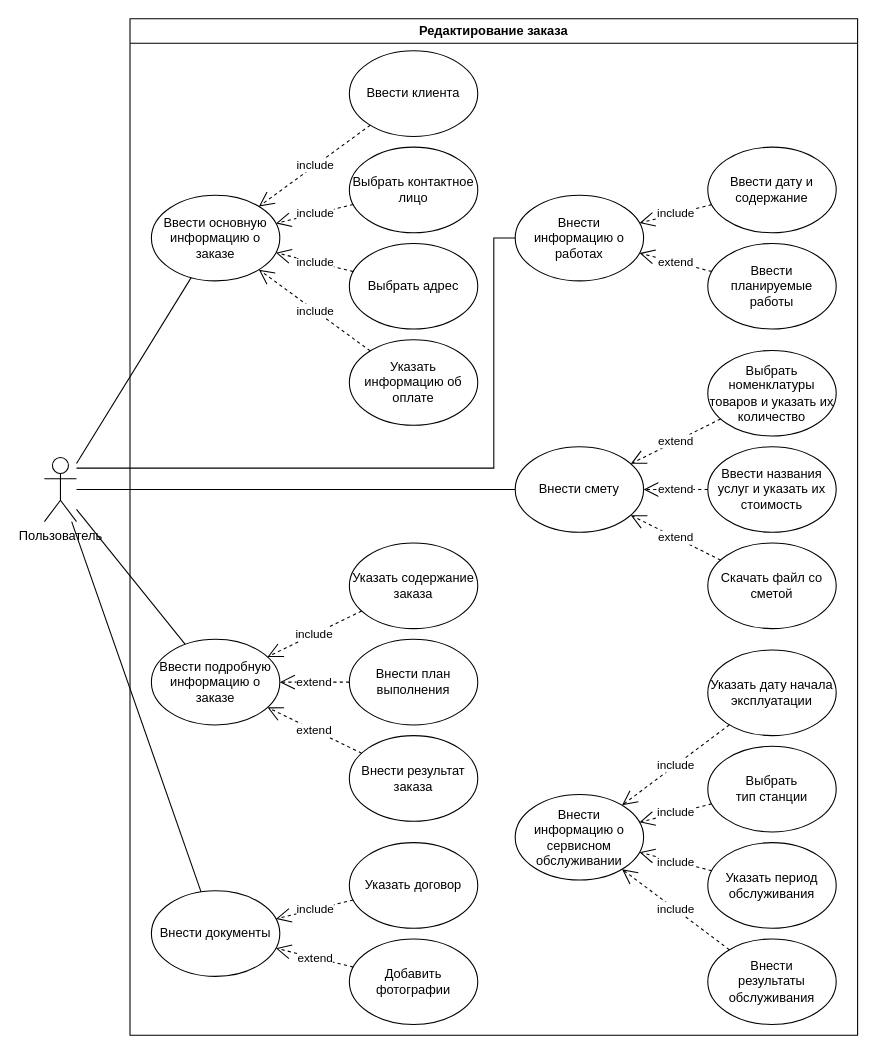
The draw.io diagram page "редактирование заказа" (9 of 9) of диплом/итоговый Жени/Untitled Diagram.drawio in ipaingo/study, before the edit. Source tidied: cells renumbered, new cells numbered last; positions are measured from the earlier drawing's top-left corner, leaving out a move shared by most shapes. Both pictures are drawn from the tidied source at 107%, with x=0, y=0 at pixel (44, 18).
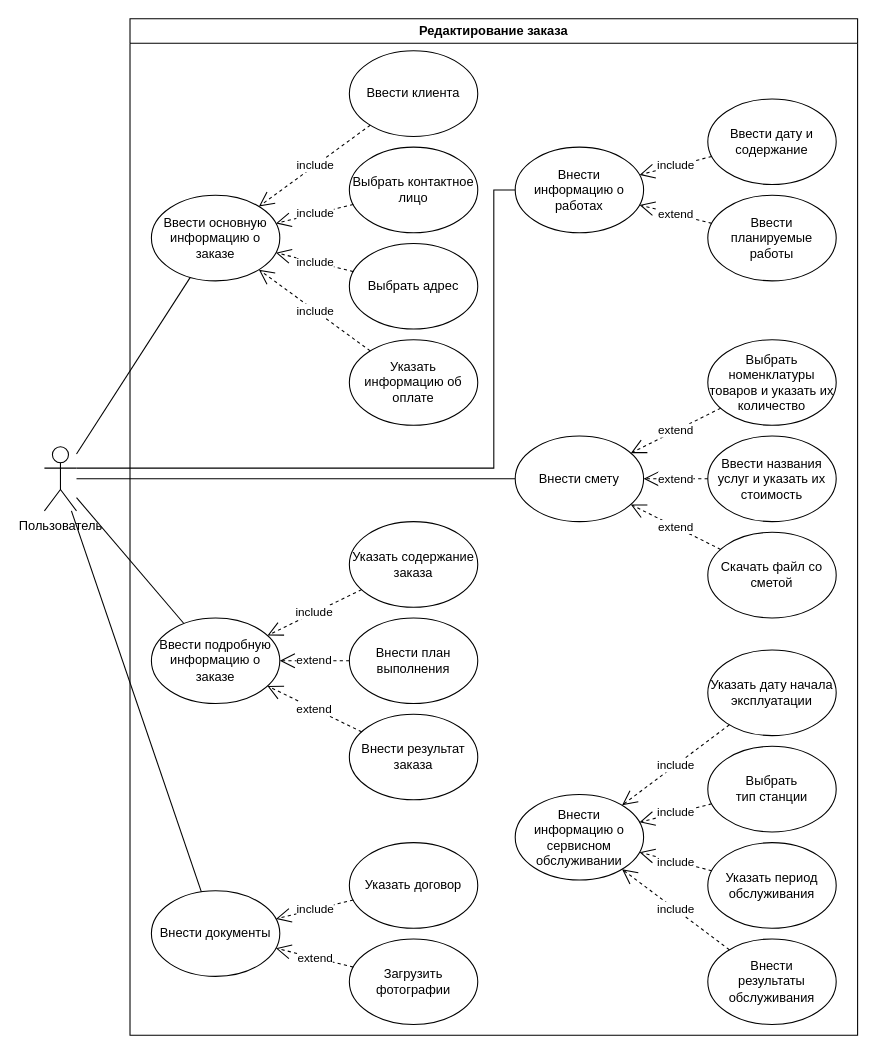
Above is the later version.

The change refers to these unchanged cells:
```xml
<mxCell id="3" value="Редактирование заказа" style="swimlane;whiteSpace=wrap;html=1;" parent="1" vertex="1">
  <mxGeometry x="80" width="680" height="950" as="geometry" />
</mxCell>
```

Change to the diagram source:
```diff
@@
     <mxCell id="6" value="Ввести подробную информацию о заказе" style="ellipse;whiteSpace=wrap;html=1;" parent="3" vertex="1">
-      <mxGeometry x="20" y="580" width="120" height="80" as="geometry" />
+      <mxGeometry x="20" y="560" width="120" height="80" as="geometry" />
     </mxCell>
     <mxCell id="7" value="Внести&lt;br&gt;информацию о работах" style="ellipse;whiteSpace=wrap;html=1;" parent="3" vertex="1">
-      <mxGeometry x="360" y="165" width="120" height="80" as="geometry" />
+      <mxGeometry x="360" y="120" width="120" height="80" as="geometry" />
     </mxCell>
     <mxCell id="8" value="Ввести дату и содержание" style="ellipse;whiteSpace=wrap;html=1;" parent="3" vertex="1">
-      <mxGeometry x="540" y="120" width="120" height="80" as="geometry" />
+      <mxGeometry x="540" y="75" width="120" height="80" as="geometry" />
     </mxCell>
@@
     <mxCell id="13" value="Ввести планируемые работы" style="ellipse;whiteSpace=wrap;html=1;" parent="3" vertex="1">
-      <mxGeometry x="540" y="210" width="120" height="80" as="geometry" />
+      <mxGeometry x="540" y="165" width="120" height="80" as="geometry" />
     </mxCell>
@@
     <mxCell id="20" value="Указать содержание заказа" style="ellipse;whiteSpace=wrap;html=1;" parent="3" vertex="1">
-      <mxGeometry x="205" y="490" width="120" height="80" as="geometry" />
+      <mxGeometry x="205" y="470" width="120" height="80" as="geometry" />
     </mxCell>
     <mxCell id="21" value="Внести план выполнения" style="ellipse;whiteSpace=wrap;html=1;" parent="3" vertex="1">
-      <mxGeometry x="205" y="580" width="120" height="80" as="geometry" />
+      <mxGeometry x="205" y="560" width="120" height="80" as="geometry" />
     </mxCell>
     <mxCell id="22" value="Внести результат заказа" style="ellipse;whiteSpace=wrap;html=1;" parent="3" vertex="1">
-      <mxGeometry x="205" y="670" width="120" height="80" as="geometry" />
+      <mxGeometry x="205" y="650" width="120" height="80" as="geometry" />
     </mxCell>
@@
-    <mxCell id="28" value="Добавить фотографии" style="ellipse;whiteSpace=wrap;html=1;" parent="3" vertex="1">
+    <mxCell id="28" value="Загрузить фотографии" style="ellipse;whiteSpace=wrap;html=1;" parent="3" vertex="1">
       <mxGeometry x="205" y="860" width="120" height="80" as="geometry" />
     </mxCell>
@@
     <mxCell id="39" value="Внести смету" style="ellipse;whiteSpace=wrap;html=1;" parent="3" vertex="1">
-      <mxGeometry x="360" y="400" width="120" height="80" as="geometry" />
+      <mxGeometry x="360" y="390" width="120" height="80" as="geometry" />
     </mxCell>
     <mxCell id="40" value="Выбрать номенклатуры товаров и указать их количество" style="ellipse;whiteSpace=wrap;html=1;" parent="3" vertex="1">
-      <mxGeometry x="540" y="310" width="120" height="80" as="geometry" />
+      <mxGeometry x="540" y="300" width="120" height="80" as="geometry" />
     </mxCell>
     <mxCell id="41" value="Ввести названия услуг и указать их стоимость" style="ellipse;whiteSpace=wrap;html=1;" parent="3" vertex="1">
-      <mxGeometry x="540" y="400" width="120" height="80" as="geometry" />
+      <mxGeometry x="540" y="390" width="120" height="80" as="geometry" />
     </mxCell>
     <mxCell id="42" value="Скачать файл со сметой" style="ellipse;whiteSpace=wrap;html=1;" parent="3" vertex="1">
-      <mxGeometry x="540" y="490" width="120" height="80" as="geometry" />
+      <mxGeometry x="540" y="480" width="120" height="80" as="geometry" />
     </mxCell>
@@
     <mxCell id="47" style="edgeStyle=orthogonalEdgeStyle;rounded=0;jettySize=auto;html=1;entryX=0;entryY=0.5;entryDx=0;entryDy=0;endArrow=none;startFill=0;" parent="1" edge="1" source="48" target="7">
       <mxGeometry relative="1" as="geometry">
         <Array as="points">
           <mxPoint x="420" y="420" />
-          <mxPoint x="420" y="205" />
+          <mxPoint x="420" y="160" />
         </Array>
       </mxGeometry>
     </mxCell>
     <mxCell id="48" value="Пользователь" style="shape=umlActor;verticalLabelPosition=bottom;verticalAlign=top;html=1;outlineConnect=0;" parent="1" vertex="1">
-      <mxGeometry y="410" width="30" height="60" as="geometry" />
+      <mxGeometry y="400" width="30" height="60" as="geometry" />
     </mxCell>
```
